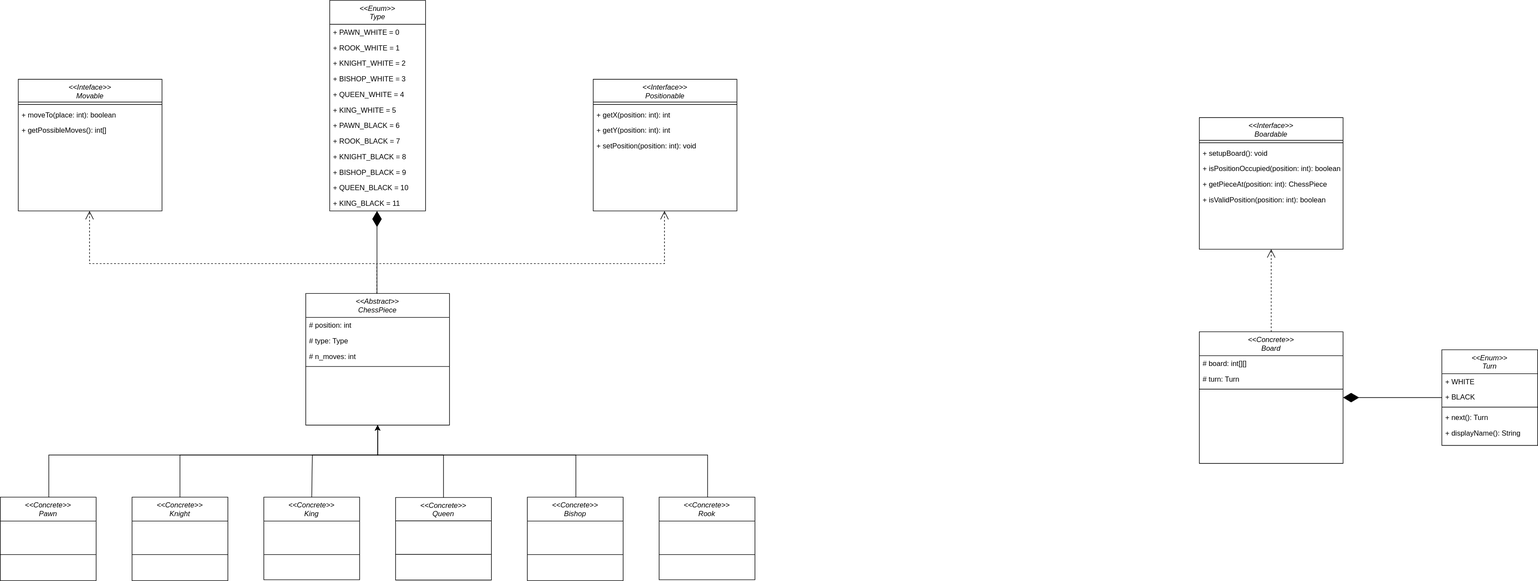
Earlier version of the draw.io export docs/diagrams/DiagramaDeClasses.drawio.svg (lucrasn/War-of-Kings). Source tidied: cells renumbered, new cells last; positions are measured from the earlier drawing's top-left corner, leaving out a move shared by most shapes.
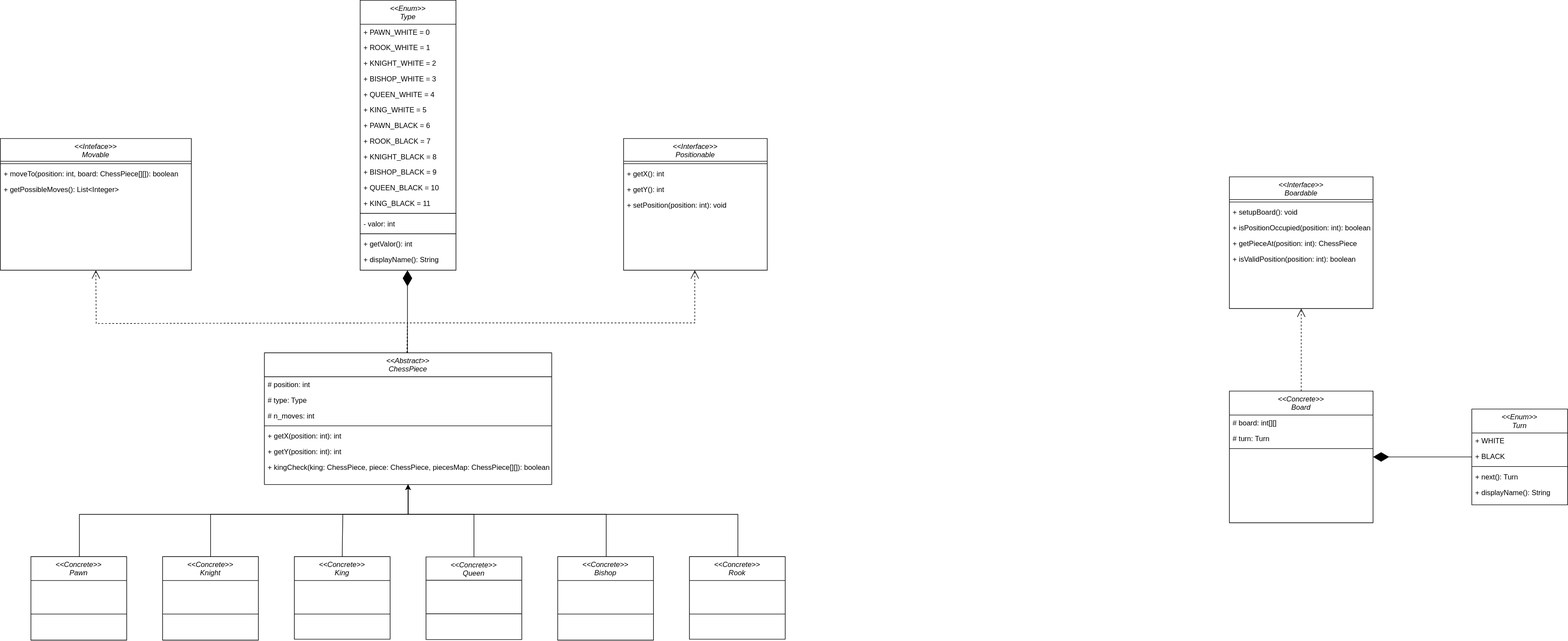
After the change.

Change to the diagram source:
```diff
@@ -139,20 +139,29 @@
       <mxGeometry y="100" width="160" height="26" as="geometry" />
     </mxCell>
     <mxCell id="37" value="&lt;&lt;Abstract&gt;&gt;&#10;ChessPiece" style="swimlane;fontStyle=2;align=center;verticalAlign=top;horizontal=1;startSize=40;rounded=0;shadow=0;strokeWidth=1;" parent="1" vertex="1">
-      <mxGeometry x="510" y="490" width="240" height="220" as="geometry" />
+      <mxGeometry x="390" y="490" width="480" height="220" as="geometry" />
     </mxCell>
     <mxCell id="38" value="# position: int  " style="text;align=left;verticalAlign=top;spacingLeft=4;spacingRight=4;overflow=hidden;" parent="37" vertex="1">
-      <mxGeometry y="40" width="240" height="26" as="geometry" />
+      <mxGeometry y="40" width="480" height="26" as="geometry" />
     </mxCell>
     <mxCell id="39" value="# type: Type" style="text;align=left;verticalAlign=top;spacingLeft=4;spacingRight=4;overflow=hidden;rounded=0;shadow=0;html=0;" parent="37" vertex="1">
-      <mxGeometry y="66" width="240" height="26" as="geometry" />
+      <mxGeometry y="66" width="480" height="26" as="geometry" />
     </mxCell>
     <mxCell id="40" value="# n_moves: int" style="text;align=left;verticalAlign=top;spacingLeft=4;spacingRight=4;overflow=hidden;rounded=0;shadow=0;html=0;" parent="37" vertex="1">
-      <mxGeometry y="92" width="240" height="26" as="geometry" />
+      <mxGeometry y="92" width="480" height="26" as="geometry" />
     </mxCell>
     <mxCell id="41" style="line;html=1;strokeWidth=1;align=left;verticalAlign=middle;spacingTop=-1;spacingLeft=3;spacingRight=3;labelPosition=right;" parent="37" vertex="1">
-      <mxGeometry y="118" width="240" height="8" as="geometry" />
+      <mxGeometry y="118" width="480" height="8" as="geometry" />
     </mxCell>
+    <mxCell id="86" value="+ getX(position: int): int" style="text;align=left;verticalAlign=top;spacingLeft=4;spacingRight=4;overflow=hidden;" parent="37" vertex="1">
+      <mxGeometry y="126" width="480" height="26" as="geometry" />
+    </mxCell>
+    <mxCell id="87" value="+ getY(position: int): int" style="text;align=left;verticalAlign=top;spacingLeft=4;spacingRight=4;overflow=hidden;" parent="37" vertex="1">
+      <mxGeometry y="152" width="480" height="26" as="geometry" />
+    </mxCell>
+    <mxCell id="88" value="+ kingCheck(king: ChessPiece, piece: ChessPiece, piecesMap: ChessPiece[][]): boolean" style="text;align=left;verticalAlign=top;spacingLeft=4;spacingRight=4;overflow=hidden;" parent="37" vertex="1">
+      <mxGeometry y="178" width="480" height="26" as="geometry" />
+    </mxCell>
     <mxCell id="42" style="edgeStyle=orthogonalEdgeStyle;rounded=0;orthogonalLoop=1;jettySize=auto;html=1;entryX=0.496;entryY=1;entryDx=0;entryDy=0;entryPerimeter=0;exitX=0.5;exitY=0;exitDx=0;exitDy=0;" parent="1" edge="1">
       <mxGeometry relative="1" as="geometry">
         <mxPoint x="520" y="830.5" as="sourcePoint" />
@@ -165,16 +174,16 @@
       </mxGeometry>
     </mxCell>
     <mxCell id="43" value="&lt;&lt;Inteface&gt;&gt;&#10;Movable" style="swimlane;fontStyle=2;align=center;verticalAlign=top;horizontal=1;startSize=38;rounded=0;shadow=0;strokeWidth=1;" parent="1" vertex="1">
-      <mxGeometry x="30" y="132" width="240" height="220" as="geometry" />
+      <mxGeometry x="-51" y="132" width="319" height="220" as="geometry" />
     </mxCell>
     <mxCell id="44" style="line;html=1;strokeWidth=1;align=left;verticalAlign=middle;spacingTop=-1;spacingLeft=3;spacingRight=3;labelPosition=right;" parent="43" vertex="1">
-      <mxGeometry y="38" width="240" height="8" as="geometry" />
+      <mxGeometry y="38" width="319" height="8" as="geometry" />
     </mxCell>
-    <mxCell id="45" value="+ moveTo(place: int): boolean" style="text;align=left;verticalAlign=top;spacingLeft=4;spacingRight=4;overflow=hidden;" parent="43" vertex="1">
-      <mxGeometry y="46" width="240" height="26" as="geometry" />
+    <mxCell id="45" value="+ moveTo(position: int, board: ChessPiece[][]): boolean" style="text;align=left;verticalAlign=top;spacingLeft=4;spacingRight=4;overflow=hidden;" parent="43" vertex="1">
+      <mxGeometry y="46" width="319" height="26" as="geometry" />
     </mxCell>
-    <mxCell id="46" value="+ getPossibleMoves(): int[]" style="text;align=left;verticalAlign=top;spacingLeft=4;spacingRight=4;overflow=hidden;" parent="43" vertex="1">
-      <mxGeometry y="72" width="240" height="26" as="geometry" />
+    <mxCell id="46" value="+ getPossibleMoves(): List&lt;Integer&gt;" style="text;align=left;verticalAlign=top;spacingLeft=4;spacingRight=4;overflow=hidden;" parent="43" vertex="1">
+      <mxGeometry y="72" width="319" height="26" as="geometry" />
     </mxCell>
     <mxCell id="47" value="&lt;&lt;Interface&gt;&gt;&#10;Positionable" style="swimlane;fontStyle=2;align=center;verticalAlign=top;horizontal=1;startSize=38;rounded=0;shadow=0;strokeWidth=1;" parent="1" vertex="1">
       <mxGeometry x="990" y="132" width="240" height="220" as="geometry" />
@@ -182,21 +191,20 @@
     <mxCell id="48" style="line;html=1;strokeWidth=1;align=left;verticalAlign=middle;spacingTop=-1;spacingLeft=3;spacingRight=3;labelPosition=right;" parent="47" vertex="1">
       <mxGeometry y="38" width="240" height="8" as="geometry" />
     </mxCell>
-    <mxCell id="49" value="+ getX(position: int): int" style="text;align=left;verticalAlign=top;spacingLeft=4;spacingRight=4;overflow=hidden;" parent="47" vertex="1">
+    <mxCell id="49" value="+ getX(): int" style="text;align=left;verticalAlign=top;spacingLeft=4;spacingRight=4;overflow=hidden;" parent="47" vertex="1">
       <mxGeometry y="46" width="240" height="26" as="geometry" />
     </mxCell>
-    <mxCell id="50" value="+ getY(position: int): int" style="text;align=left;verticalAlign=top;spacingLeft=4;spacingRight=4;overflow=hidden;" parent="47" vertex="1">
+    <mxCell id="50" value="+ getY(): int" style="text;align=left;verticalAlign=top;spacingLeft=4;spacingRight=4;overflow=hidden;" parent="47" vertex="1">
       <mxGeometry y="72" width="240" height="26" as="geometry" />
     </mxCell>
     <mxCell id="51" value="+ setPosition(position: int): void" style="text;align=left;verticalAlign=top;spacingLeft=4;spacingRight=4;overflow=hidden;" parent="47" vertex="1">
       <mxGeometry y="98" width="240" height="26" as="geometry" />
     </mxCell>
-    <mxCell id="52" style="endArrow=open;endSize=12;dashed=1;html=1;rounded=0;exitX=0.496;exitY=0;exitDx=0;exitDy=0;exitPerimeter=0;" parent="1" edge="1" source="37">
+    <mxCell id="52" style="endArrow=open;endSize=12;dashed=1;html=1;rounded=0;exitX=0.496;exitY=0;exitDx=0;exitDy=0;exitPerimeter=0;entryX=0.5;entryY=1;entryDx=0;entryDy=0;" parent="1" edge="1" source="37" target="43">
       <mxGeometry relative="1" as="geometry">
-        <mxPoint x="149" y="352" as="targetPoint" />
         <Array as="points">
           <mxPoint x="629" y="440" />
-          <mxPoint x="149" y="440" />
+          <mxPoint x="109" y="441" />
         </Array>
       </mxGeometry>
     </mxCell>
@@ -211,7 +219,7 @@
       </mxGeometry>
     </mxCell>
     <mxCell id="54" value="&lt;&lt;Enum&gt;&gt;&#10;Type" style="swimlane;fontStyle=2;align=center;verticalAlign=top;horizontal=1;startSize=40;rounded=0;shadow=0;strokeWidth=1;" parent="1" vertex="1">
-      <mxGeometry x="550" width="160" height="352" as="geometry" />
+      <mxGeometry x="550" y="-99" width="160" height="451" as="geometry" />
     </mxCell>
     <mxCell id="55" value="+ PAWN_WHITE = 0" style="text;align=left;verticalAlign=top;spacingLeft=4;spacingRight=4;overflow=hidden;" parent="54" vertex="1">
       <mxGeometry y="40" width="160" height="26" as="geometry" />
@@ -249,6 +257,21 @@
     <mxCell id="66" value="+ KING_BLACK = 11" style="text;align=left;verticalAlign=top;spacingLeft=4;spacingRight=4;overflow=hidden;" parent="54" vertex="1">
       <mxGeometry y="326" width="160" height="26" as="geometry" />
     </mxCell>
+    <mxCell id="89" style="line;html=1;strokeWidth=1;align=left;verticalAlign=middle;spacingTop=-1;spacingLeft=3;spacingRight=3;labelPosition=right;" parent="54" vertex="1">
+      <mxGeometry y="352" width="160" height="8" as="geometry" />
+    </mxCell>
+    <mxCell id="90" value="- valor: int" style="text;align=left;verticalAlign=top;spacingLeft=4;spacingRight=4;overflow=hidden;" parent="54" vertex="1">
+      <mxGeometry y="360" width="160" height="26" as="geometry" />
+    </mxCell>
+    <mxCell id="91" style="line;html=1;strokeWidth=1;align=left;verticalAlign=middle;spacingTop=-1;spacingLeft=3;spacingRight=3;labelPosition=right;" parent="54" vertex="1">
+      <mxGeometry y="386" width="160" height="8" as="geometry" />
+    </mxCell>
+    <mxCell id="92" value="+ getValor(): int" style="text;align=left;verticalAlign=top;spacingLeft=4;spacingRight=4;overflow=hidden;" parent="54" vertex="1">
+      <mxGeometry y="394" width="160" height="26" as="geometry" />
+    </mxCell>
+    <mxCell id="93" value="+ displayName(): String" style="text;align=left;verticalAlign=top;spacingLeft=4;spacingRight=4;overflow=hidden;" parent="54" vertex="1">
+      <mxGeometry y="420" width="160" height="26" as="geometry" />
+    </mxCell>
     <mxCell id="67" style="endArrow=diamondThin;endFill=1;endSize=24;html=1;rounded=0;" parent="1" edge="1">
       <mxGeometry relative="1" as="geometry">
         <mxPoint x="629" y="490" as="sourcePoint" />
```
